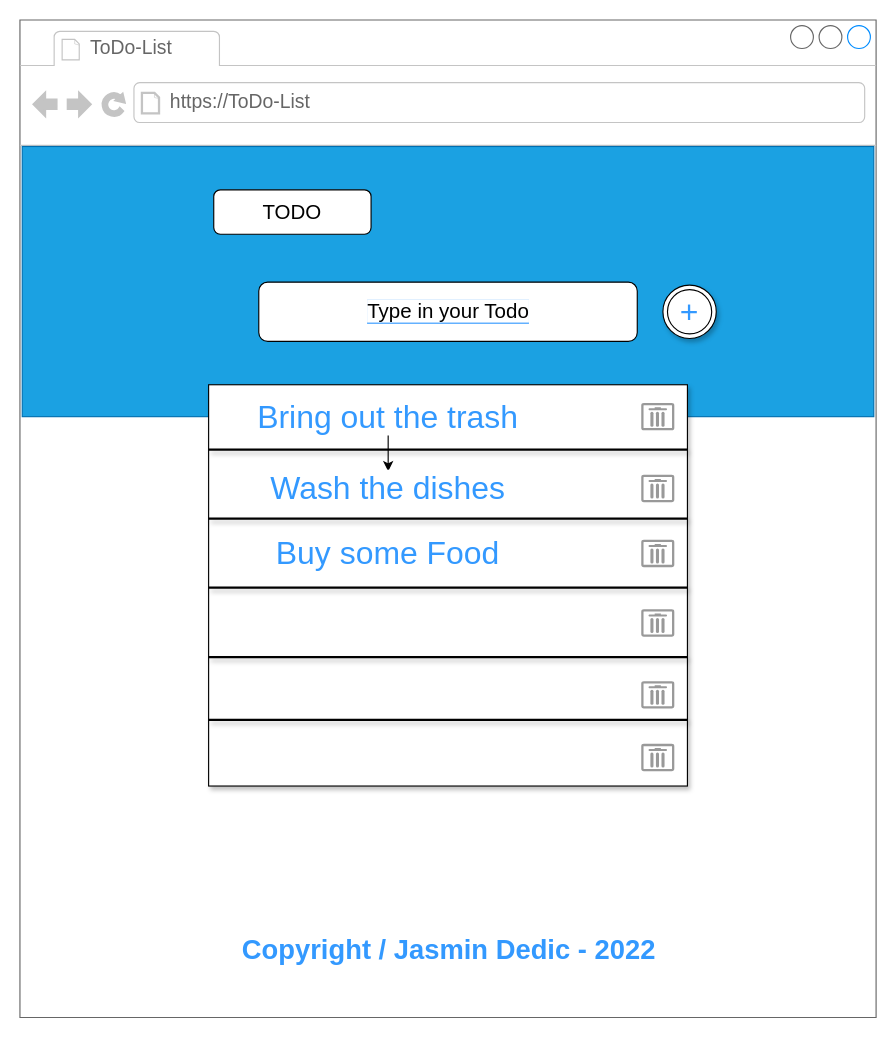
The draw.io diagram images/ToDo-List.drawio in jasmindedic/ToDo-List, before the edit. Source tidied: cells renumbered, new cells numbered last; positions are measured from the earlier drawing's top-left corner, leaving out a move shared by most shapes. Both pictures are drawn from the tidied source at 114%, with x=0, y=0 at pixel (19, 19).
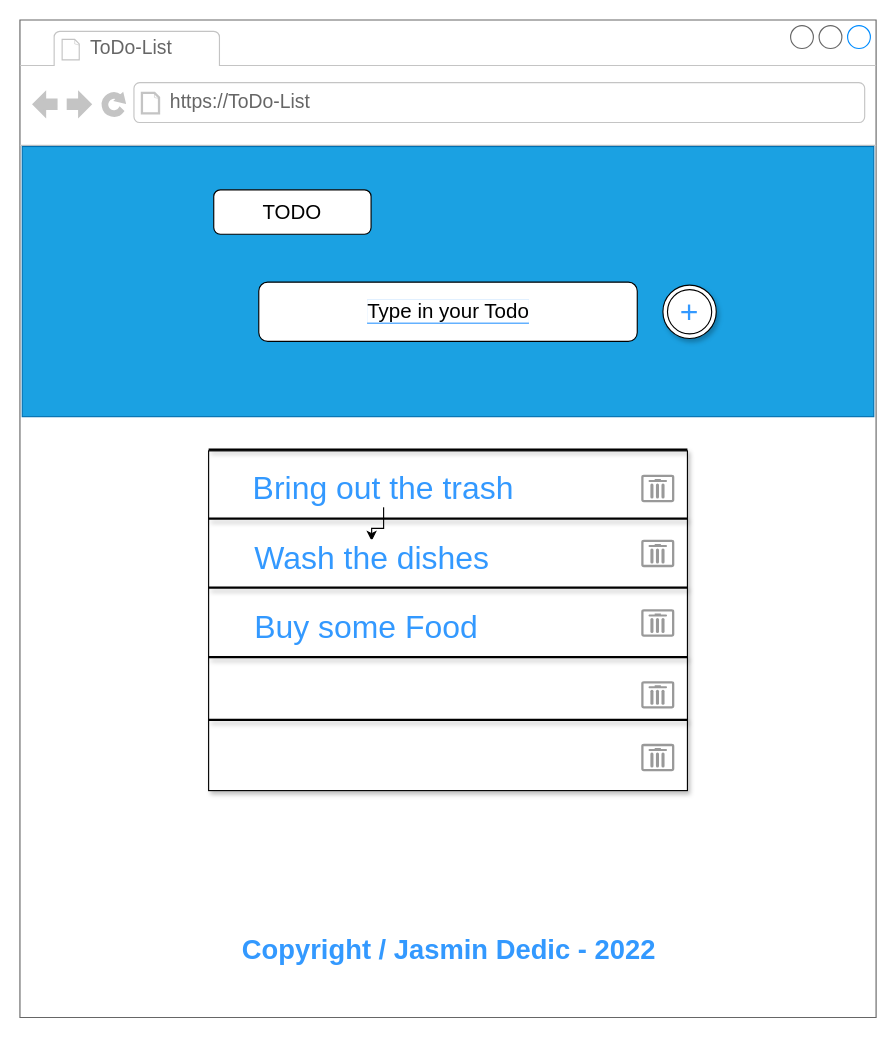
After the change.

Unchanged cells that the change refers to:
```xml
<mxCell id="2" style="strokeWidth=1;shadow=0;dashed=0;align=center;html=1;shape=mxgraph.mockup.containers.browserWindow;rSize=0;strokeColor=#666666;strokeColor2=#008cff;strokeColor3=#c4c4c4;mainText=,;" parent="1" vertex="1">
  <mxGeometry width="751" height="875" as="geometry" />
</mxCell>
```

Diff of the diagram source:
```diff
@@
     <mxCell id="8" style="rounded=0;whiteSpace=wrap;html=1;labelBackgroundColor=#FFFFFF;fontSize=18;shadow=1;" parent="2" vertex="1">
-      <mxGeometry x="165.5" y="320" width="420" height="352" as="geometry" />
+      <mxGeometry x="165.5" y="378" width="420" height="298" as="geometry" />
     </mxCell>
-    <mxCell id="9" style="strokeColor=#999999;verticalLabelPosition=bottom;shadow=0;dashed=0;verticalAlign=top;strokeWidth=2;html=1;shape=mxgraph.mockup.misc.trashcanIcon;rounded=0;labelBackgroundColor=#FFFFFF;fontSize=18;" parent="2" vertex="1">
-      <mxGeometry x="546" y="337" width="27" height="22" as="geometry" />
-    </mxCell>
@@
     <mxCell id="23" value="Bring out the trash" style="text;html=1;strokeColor=none;fillColor=none;align=center;verticalAlign=middle;whiteSpace=wrap;rounded=0;shadow=1;labelBackgroundColor=#FFFFFF;fontSize=28;fontColor=#3399FF;" parent="2" vertex="1">
-      <mxGeometry x="191" y="333" width="264" height="30" as="geometry" />
+      <mxGeometry x="187" y="396" width="264" height="30" as="geometry" />
     </mxCell>
     <mxCell id="24" value="Wash the dishes" style="text;html=1;strokeColor=none;fillColor=none;align=center;verticalAlign=middle;whiteSpace=wrap;rounded=0;shadow=1;labelBackgroundColor=#FFFFFF;fontSize=28;fontColor=#3399FF;" parent="2" vertex="1">
-      <mxGeometry x="191" y="396" width="264" height="30" as="geometry" />
+      <mxGeometry x="176.5" y="457" width="264" height="30" as="geometry" />
     </mxCell>
     <mxCell id="25" value="Buy some Food" style="text;html=1;strokeColor=none;fillColor=none;align=center;verticalAlign=middle;whiteSpace=wrap;rounded=0;shadow=1;labelBackgroundColor=#FFFFFF;fontSize=28;fontColor=#3399FF;" parent="2" vertex="1">
-      <mxGeometry x="191" y="453" width="264" height="30" as="geometry" />
+      <mxGeometry x="172" y="518" width="264" height="30" as="geometry" />
     </mxCell>
```
